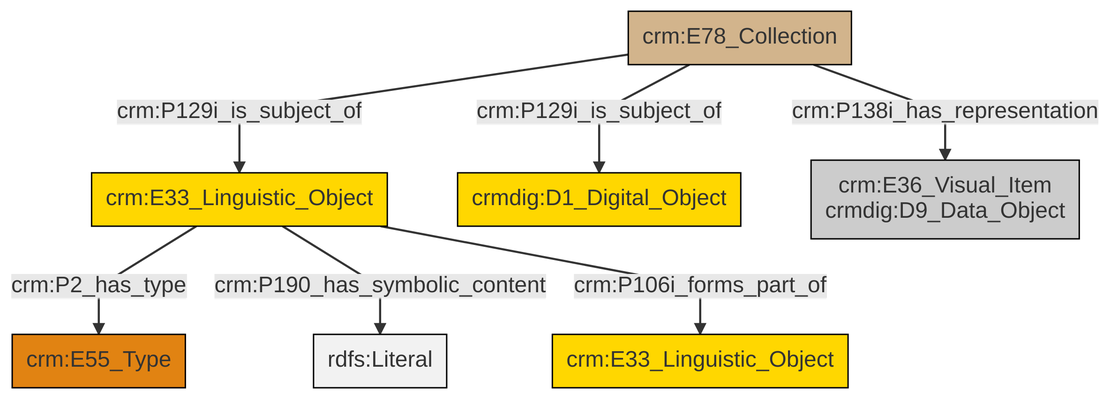
Before: et/archivalCSV/ttl/mmd/png/archival_docs.png, a diagram exported from Mermaid (swiss-art-research-net/docs.swissartresearch). Its source is kept beside it as et/archivalCSV/ttl/mmd/archival_docs.ttl.mmd.
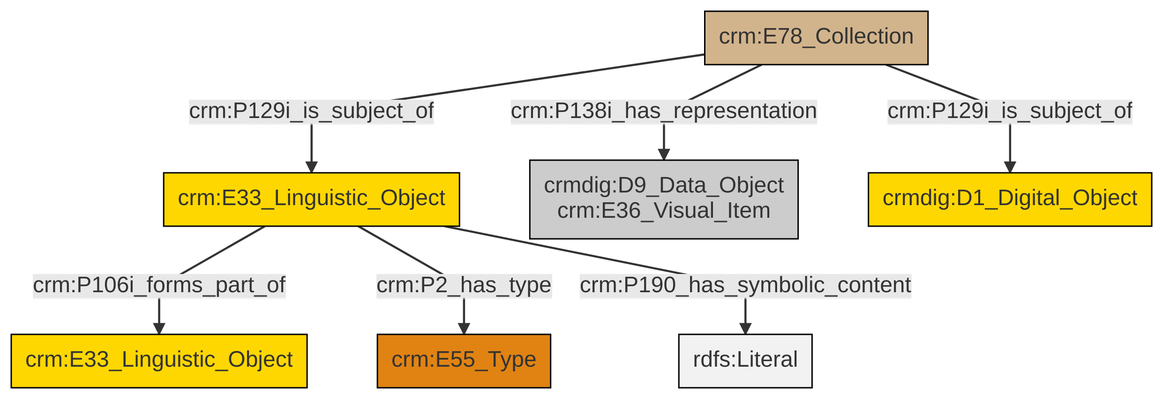
The same file after the commit.

Change to the diagram source:
```diff
@@ -13,9 +13,9 @@
 classDef PC_Classes fill:#4ce600, stroke:#000000;
 classDef Multi fill:#cccccc,stroke:#000000;
 
-2["crm:E33_Linguistic_Object"]:::Conceptual_Object -->|crm:P2_has_type| 0["crm:E55_Type"]:::Type
-3["crm:E78_Collection"]:::Physical_Thing -->|crm:P129i_is_subject_of| 2["crm:E33_Linguistic_Object"]:::Conceptual_Object
-3["crm:E78_Collection"]:::Physical_Thing -->|crm:P129i_is_subject_of| 4["crmdig:D1_Digital_Object"]:::Conceptual_Object
-2["crm:E33_Linguistic_Object"]:::Conceptual_Object -->|crm:P190_has_symbolic_content| 5[rdfs:Literal]:::Literal
-2["crm:E33_Linguistic_Object"]:::Conceptual_Object -->|crm:P106i_forms_part_of| 6["crm:E33_Linguistic_Object"]:::Conceptual_Object
-3["crm:E78_Collection"]:::Physical_Thing -->|crm:P138i_has_representation| 10["crm:E36_Visual_Item<br>crmdig:D9_Data_Object"]:::Multi
+0["crm:E33_Linguistic_Object"]:::Conceptual_Object -->|crm:P106i_forms_part_of| 1["crm:E33_Linguistic_Object"]:::Conceptual_Object
+6["crm:E78_Collection"]:::Physical_Thing -->|crm:P129i_is_subject_of| 4["crmdig:D1_Digital_Object"]:::Conceptual_Object
+0["crm:E33_Linguistic_Object"]:::Conceptual_Object -->|crm:P2_has_type| 7["crm:E55_Type"]:::Type
+0["crm:E33_Linguistic_Object"]:::Conceptual_Object -->|crm:P190_has_symbolic_content| 13[rdfs:Literal]:::Literal
+6["crm:E78_Collection"]:::Physical_Thing -->|crm:P138i_has_representation| 2["crmdig:D9_Data_Object<br>crm:E36_Visual_Item"]:::Multi
+6["crm:E78_Collection"]:::Physical_Thing -->|crm:P129i_is_subject_of| 0["crm:E33_Linguistic_Object"]:::Conceptual_Object
```
